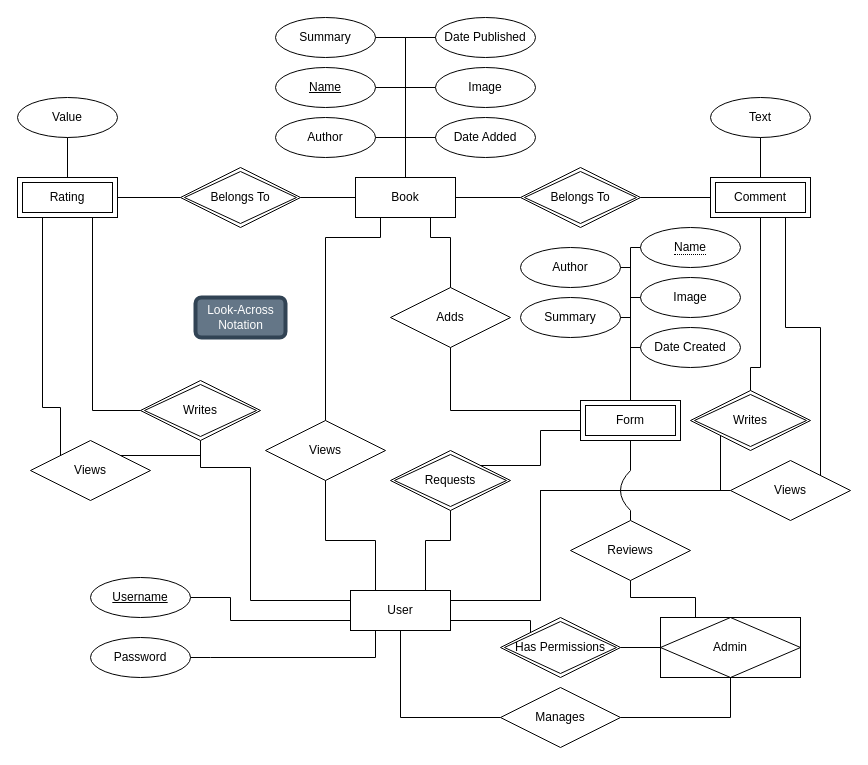
Earlier version of the draw.io diagram BDB Diagram.drawio (theinsurgentarchive/BDB). Source tidied: cells renumbered, new cells numbered last; positions are measured from the earlier drawing's top-left corner, leaving out a move shared by most shapes. Both pictures are drawn from the tidied source at 100%, with x=0, y=0 at pixel (17, 17).
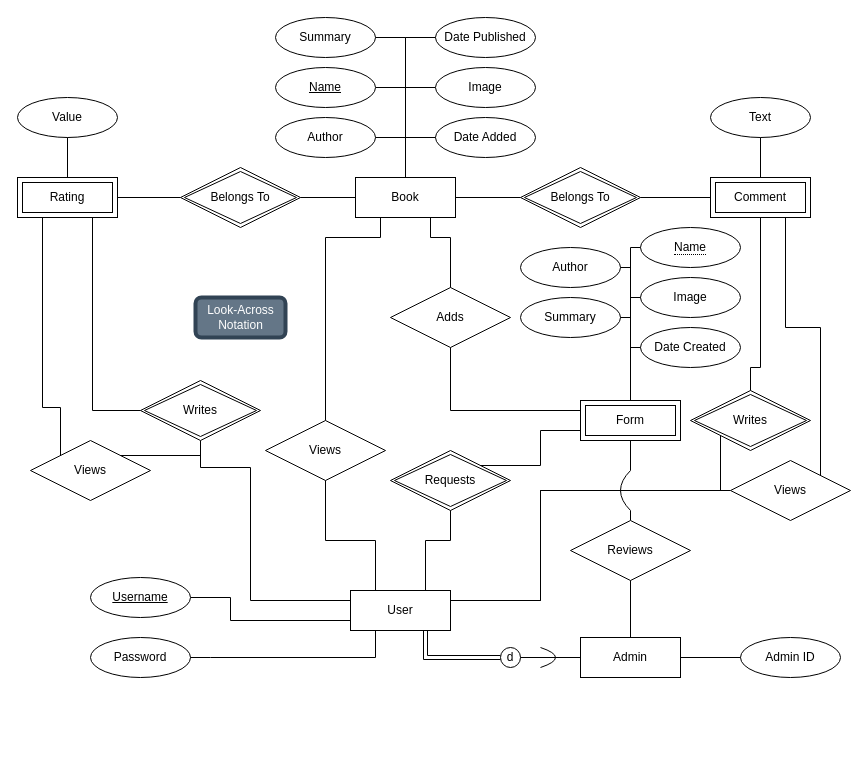
The same diagram, later.

The change refers to these unchanged cells:
```xml
<mxCell id="42" value="User" style="whiteSpace=wrap;html=1;align=center;" parent="1" vertex="1">
  <mxGeometry x="333" y="573" width="100" height="40" as="geometry" />
</mxCell>
```

Change to the diagram source:
```diff
@@
-    <mxCell id="68" value="&lt;div&gt;Manages&lt;/div&gt;" style="shape=rhombus;perimeter=rhombusPerimeter;whiteSpace=wrap;html=1;align=center;" parent="1" vertex="1">
-      <mxGeometry x="483" y="670" width="120" height="60" as="geometry" />
-    </mxCell>
-    <mxCell id="69" style="endArrow=none;html=1;rounded=0;exitX=0.5;exitY=1;exitDx=0;exitDy=0;entryX=0;entryY=0.5;entryDx=0;entryDy=0;" parent="1" edge="1" source="42" target="68">
-      <mxGeometry relative="1" as="geometry">
-        <Array as="points">
-          <mxPoint x="383" y="700" />
-        </Array>
-      </mxGeometry>
-    </mxCell>
+    <mxCell id="71" value="Reviews" style="shape=rhombus;perimeter=rhombusPerimeter;whiteSpace=wrap;html=1;align=center;" parent="1" vertex="1">
+      <mxGeometry x="553" y="503" width="120" height="60" as="geometry" />
+    </mxCell>
+    <mxCell id="75" style="endArrow=none;html=1;rounded=0;exitX=0.5;exitY=1;exitDx=0;exitDy=0;entryX=0.5;entryY=0;entryDx=0;entryDy=0;" parent="1" edge="1" source="71" target="70">
+      <mxGeometry relative="1" as="geometry" />
+    </mxCell>
-    <mxCell id="70" value="&lt;div&gt;Admin&lt;/div&gt;" style="shape=associativeEntity;whiteSpace=wrap;html=1;align=center;" parent="1" vertex="1">
-      <mxGeometry x="643" y="600" width="140" height="60" as="geometry" />
+    <mxCell id="70" value="Admin" style="whiteSpace=wrap;html=1;align=center;" parent="1" vertex="1">
+      <mxGeometry x="563" y="620" width="100" height="40" as="geometry" />
     </mxCell>
-    <mxCell id="71" value="Reviews" style="shape=rhombus;perimeter=rhombusPerimeter;whiteSpace=wrap;html=1;align=center;" parent="1" vertex="1">
-      <mxGeometry x="553" y="503" width="120" height="60" as="geometry" />
-    </mxCell>
-    <mxCell id="72" value="Has Permissions" style="shape=rhombus;double=1;perimeter=rhombusPerimeter;whiteSpace=wrap;html=1;align=center;" parent="1" vertex="1">
-      <mxGeometry x="483" y="600" width="120" height="60" as="geometry" />
-    </mxCell>
-    <mxCell id="73" style="endArrow=none;html=1;rounded=0;exitX=1;exitY=0.75;exitDx=0;exitDy=0;entryX=0;entryY=0;entryDx=0;entryDy=0;" parent="1" edge="1" source="42" target="72">
-      <mxGeometry relative="1" as="geometry">
-        <Array as="points">
-          <mxPoint x="513" y="603" />
-        </Array>
-      </mxGeometry>
-    </mxCell>
-    <mxCell id="74" style="endArrow=none;html=1;rounded=0;exitX=1;exitY=0.5;exitDx=0;exitDy=0;entryX=0;entryY=0.5;entryDx=0;entryDy=0;" parent="1" edge="1" source="72" target="70">
-      <mxGeometry relative="1" as="geometry" />
-    </mxCell>
-    <mxCell id="75" style="endArrow=none;html=1;rounded=0;exitX=0.5;exitY=1;exitDx=0;exitDy=0;entryX=0.25;entryY=0;entryDx=0;entryDy=0;" parent="1" edge="1" source="71" target="70">
-      <mxGeometry relative="1" as="geometry">
-        <Array as="points">
-          <mxPoint x="613" y="580" />
-          <mxPoint x="678" y="580" />
-        </Array>
-      </mxGeometry>
-    </mxCell>
-    <mxCell id="76" style="endArrow=none;html=1;rounded=0;exitX=1;exitY=0.5;exitDx=0;exitDy=0;entryX=0.5;entryY=1;entryDx=0;entryDy=0;" parent="1" edge="1" source="68" target="70">
-      <mxGeometry relative="1" as="geometry">
-        <Array as="points">
-          <mxPoint x="713" y="700" />
-        </Array>
-      </mxGeometry>
-    </mxCell>
+    <mxCell id="77" style="shape=link;html=1;rounded=0;exitX=0.75;exitY=1;exitDx=0;exitDy=0;entryX=0;entryY=0.5;entryDx=0;entryDy=0;" parent="1" edge="1" source="42" target="78">
+      <mxGeometry relative="1" as="geometry">
+        <Array as="points">
+          <mxPoint x="408" y="640" />
+        </Array>
+      </mxGeometry>
+    </mxCell>
+    <mxCell id="78" value="d" style="ellipse;whiteSpace=wrap;html=1;" parent="1" vertex="1">
+      <mxGeometry x="483" y="630" width="20" height="20" as="geometry" />
+    </mxCell>
+    <mxCell id="79" style="endArrow=none;html=1;rounded=0;exitX=1;exitY=0.5;exitDx=0;exitDy=0;entryX=0;entryY=0.5;entryDx=0;entryDy=0;" parent="1" edge="1" source="78" target="70">
+      <mxGeometry relative="1" as="geometry" />
+    </mxCell>
+    <mxCell id="80" style="endArrow=none;html=1;rounded=0;curved=1;" parent="1" edge="1">
+      <mxGeometry relative="1" as="geometry">
+        <mxPoint x="523" y="630" as="sourcePoint" />
+        <mxPoint x="523" y="650" as="targetPoint" />
+        <Array as="points">
+          <mxPoint x="553" y="640" />
+        </Array>
+      </mxGeometry>
+    </mxCell>
+    <mxCell id="81" value="Admin ID" style="ellipse;whiteSpace=wrap;html=1;align=center;" parent="1" vertex="1">
+      <mxGeometry x="723" y="620" width="100" height="40" as="geometry" />
+    </mxCell>
+    <mxCell id="82" style="endArrow=none;html=1;rounded=0;entryX=1;entryY=0.5;entryDx=0;entryDy=0;exitX=0;exitY=0.5;exitDx=0;exitDy=0;" parent="1" edge="1" source="81" target="70">
+      <mxGeometry relative="1" as="geometry" />
+    </mxCell>
```
